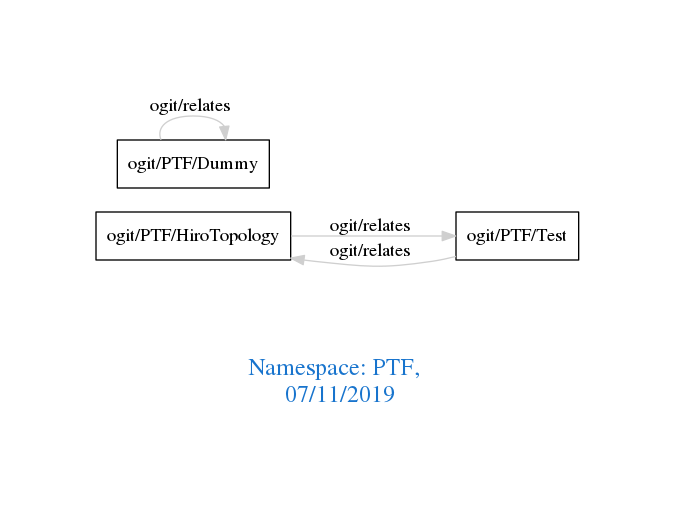
This is downloads/PTF.png from arago/OGIT, a Graphviz export, as it was before one commit. Its source is kept beside it as downloads/PTF.dot.
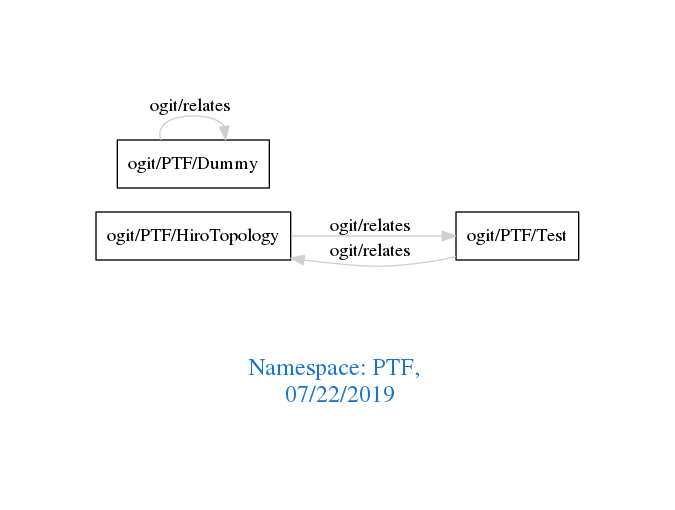
Later version of the same file.

What changed in the source:
```diff
@@ -1,7 +1,7 @@
 digraph OGIT_ontology {
  graph [ rankdir= LR,pad=1
 fontsize = 18,
-fontcolor= dodgerblue3,label = "\n\n\nNamespace: PTF, \n 07/11/2019"];
+fontcolor= dodgerblue3,label = "\n\n\nNamespace: PTF, \n 07/22/2019"];
 node[shape=polygon];
 edge [  color="gray81"];
 
```
